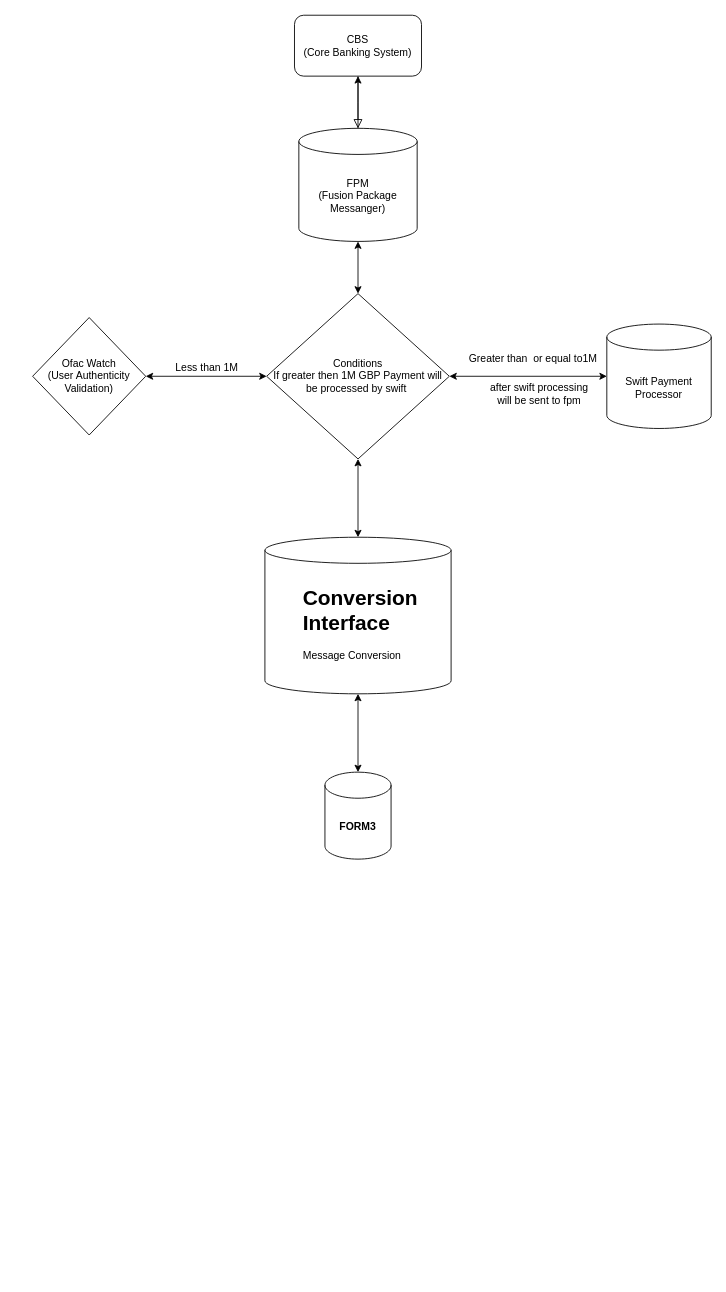
This is Untitled Diagram.drawio from imrbpro/GBPCS, a draw.io file, before an edit. Source tidied: cells renumbered, new cells numbered last; positions are measured from the earlier drawing's top-left corner, leaving out a move shared by most shapes. Both pictures are drawn from the tidied source at 87%, with x=0, y=0 at pixel (32, 15).
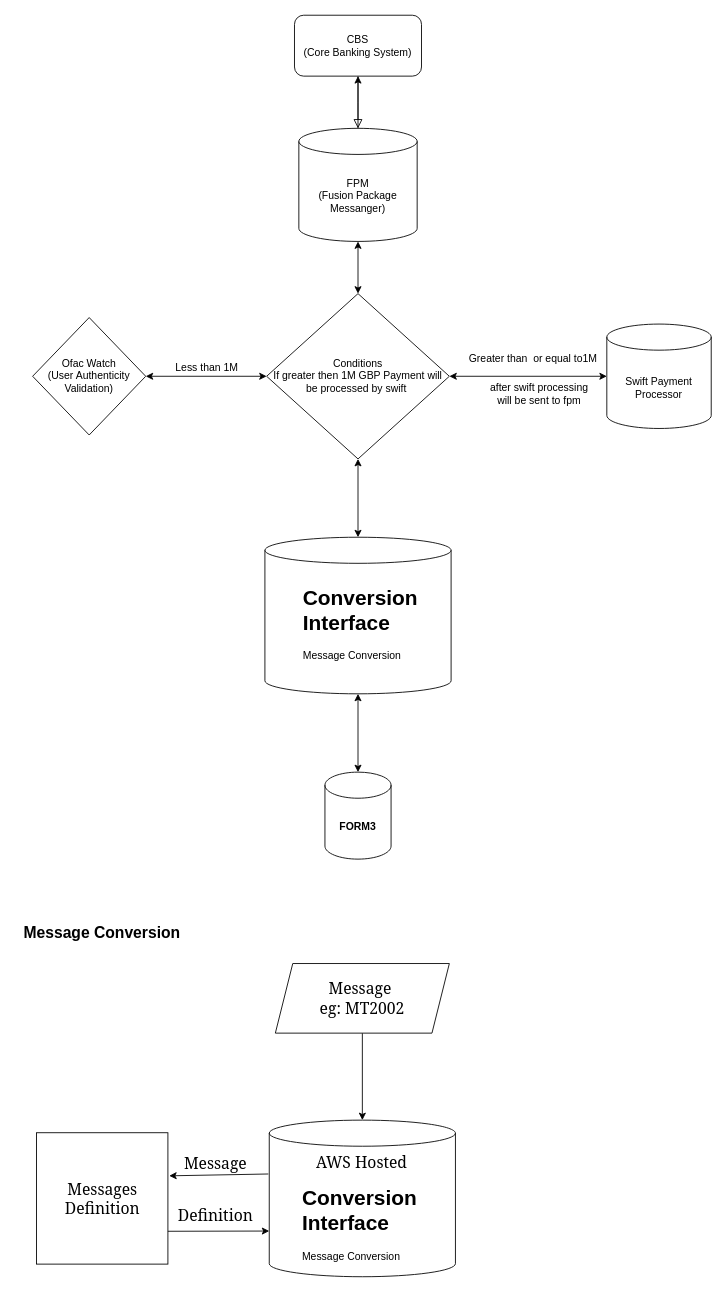
Above is the later version.

Commit message:
Conversion Messages

The edit, as a diff of the source:
```diff
@@
+    <mxCell id="20" value="&lt;b&gt;&lt;font style=&quot;font-size: 18px;&quot;&gt;Message Conversion&lt;/font&gt;&lt;/b&gt;" style="text;html=1;strokeColor=none;fillColor=none;align=center;verticalAlign=middle;whiteSpace=wrap;rounded=0;" parent="1" vertex="1">
+      <mxGeometry x="-20" y="1040" width="200" height="30" as="geometry" />
+    </mxCell>
+    <mxCell id="21" style="shape=cylinder3;whiteSpace=wrap;html=1;boundedLbl=1;backgroundOutline=1;size=15;" parent="1" vertex="1">
+      <mxGeometry x="272" y="1270" width="214" height="180" as="geometry" />
+    </mxCell>
+    <mxCell id="22" value="&lt;h1&gt;Conversion Interface&lt;/h1&gt;&lt;p&gt;Message Conversion&amp;nbsp;&lt;/p&gt;" style="text;html=1;strokeColor=none;fillColor=none;spacing=5;spacingTop=-20;whiteSpace=wrap;overflow=hidden;rounded=0;" parent="1" vertex="1">
+      <mxGeometry x="304.5" y="1340" width="149" height="100" as="geometry" />
+    </mxCell>
+    <mxCell id="23" style="edgeStyle=orthogonalEdgeStyle;rounded=0;jettySize=auto;html=1;exitX=0.5;exitY=1;exitDx=0;exitDy=0;entryX=0.5;entryY=0;entryDx=0;entryDy=0;entryPerimeter=0;fontFamily=Georgia;fontSize=18;" parent="1" edge="1" source="24" target="21">
+      <mxGeometry relative="1" as="geometry" />
+    </mxCell>
+    <mxCell id="24" value="Message&amp;nbsp;&lt;br&gt;eg: MT2002" style="shape=parallelogram;perimeter=parallelogramPerimeter;whiteSpace=wrap;html=1;fixedSize=1;fontFamily=Georgia;fontSize=18;" parent="1" vertex="1">
+      <mxGeometry x="279" y="1090" width="200" height="80" as="geometry" />
+    </mxCell>
+    <mxCell id="25" value="AWS Hosted" style="text;html=1;strokeColor=none;fillColor=none;align=center;verticalAlign=middle;whiteSpace=wrap;rounded=0;fontFamily=Georgia;fontSize=18;" parent="1" vertex="1">
+      <mxGeometry x="314" y="1304" width="129" height="30" as="geometry" />
+    </mxCell>
+    <mxCell id="26" value="Messages Definition" style="whiteSpace=wrap;html=1;fontFamily=Georgia;fontSize=18;" parent="1" vertex="1">
+      <mxGeometry x="4.5" y="1284.5" width="151" height="151" as="geometry" />
+    </mxCell>
+    <mxCell id="27" style="endArrow=classic;html=1;rounded=0;fontFamily=Georgia;fontSize=18;entryX=0;entryY=0;entryDx=0;entryDy=127.5;entryPerimeter=0;exitX=1;exitY=0.75;exitDx=0;exitDy=0;" parent="1" edge="1" source="26" target="21">
+      <mxGeometry relative="1" as="geometry" />
+    </mxCell>
+    <mxCell id="28" style="endArrow=classic;html=1;rounded=0;fontFamily=Georgia;fontSize=18;entryX=1.01;entryY=0.328;entryDx=0;entryDy=0;entryPerimeter=0;exitX=-0.005;exitY=0.344;exitDx=0;exitDy=0;exitPerimeter=0;" parent="1" edge="1" source="21" target="26">
+      <mxGeometry relative="1" as="geometry" />
+    </mxCell>
+    <mxCell id="29" value="Message" style="text;html=1;align=center;verticalAlign=middle;strokeColor=none;fillColor=none;fontSize=18;fontFamily=Georgia;" parent="1" vertex="1">
+      <mxGeometry x="165" y="1300" width="90" height="40" as="geometry" />
+    </mxCell>
+    <mxCell id="30" value="Definition" style="text;html=1;align=center;verticalAlign=middle;strokeColor=none;fillColor=none;fontSize=18;fontFamily=Georgia;" parent="1" vertex="1">
+      <mxGeometry x="160" y="1360" width="100" height="40" as="geometry" />
+    </mxCell>
```
